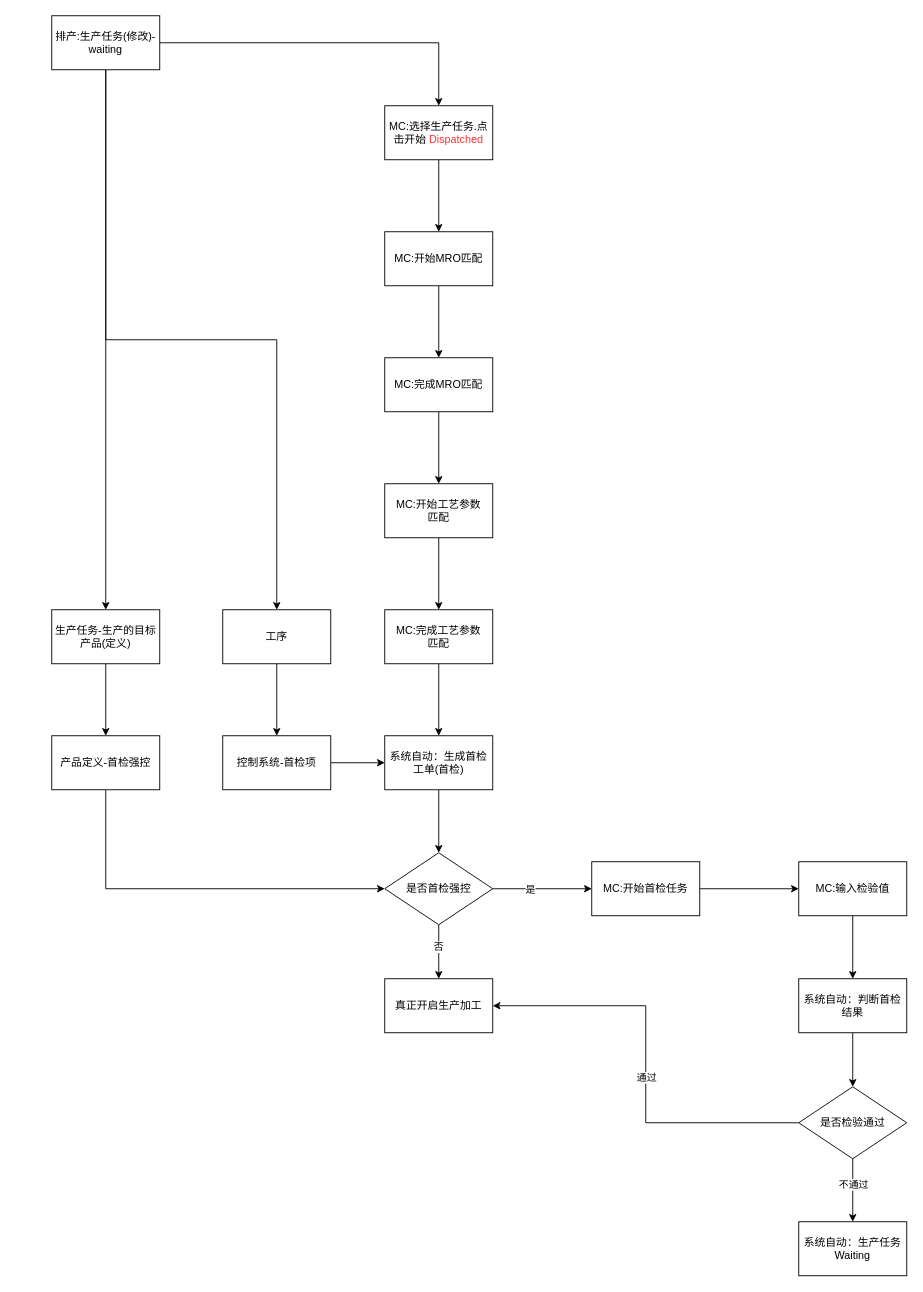
Before: page "首检" (1 of 2) of 首检流程.drawio in sstlin/os-shell, a draw.io diagram. Source tidied: cells renumbered, new cells numbered last; positions are measured from the earlier drawing's top-left corner, leaving out a move shared by most shapes. Both pictures are drawn from the tidied source at 90%, with x=0, y=0 at pixel (51, 15).
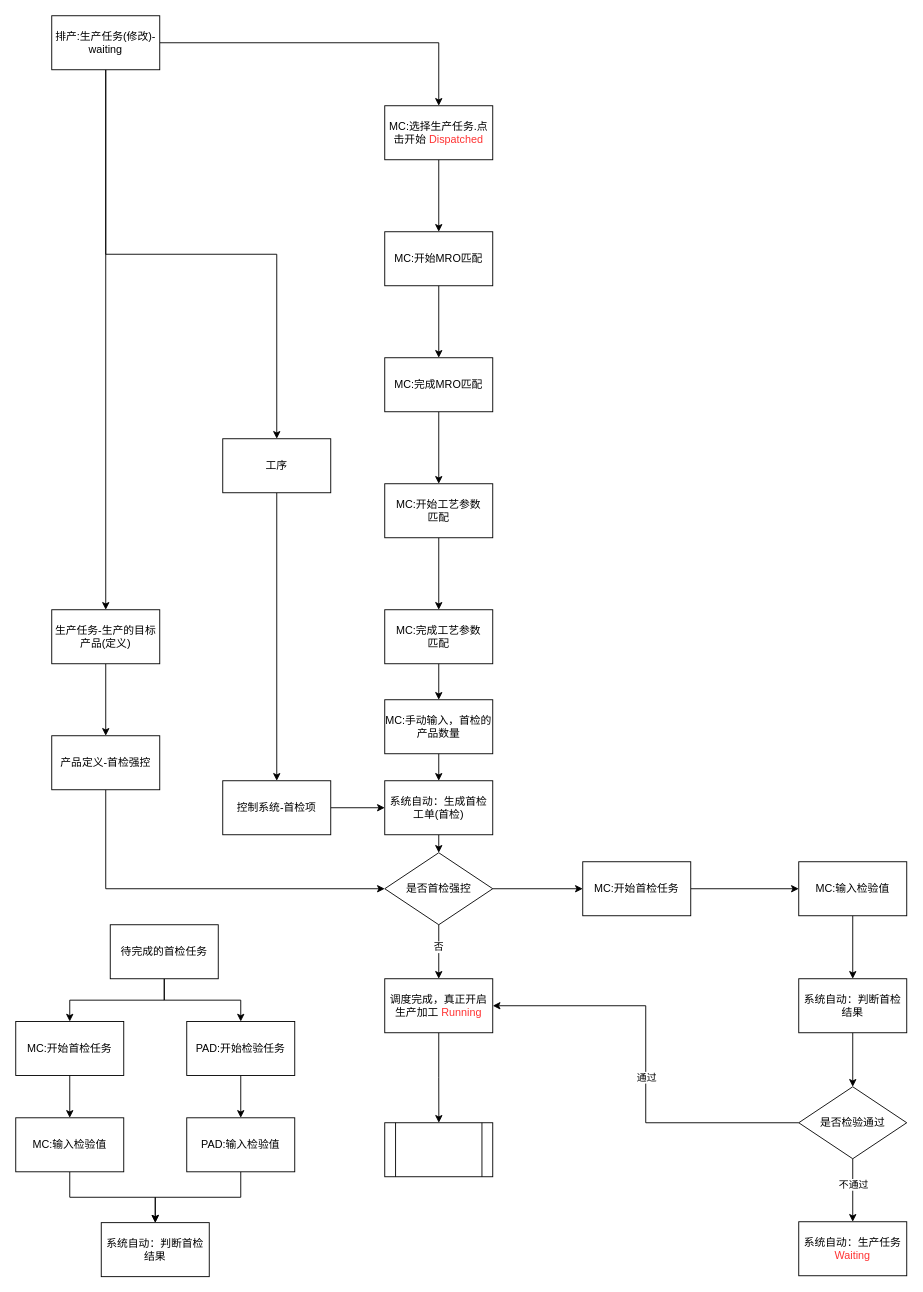
After the change.

Commit message:
更新首检流程.drawio

The change refers to these unchanged cells:
```xml
<mxCell id="11" value="&lt;div&gt;MC:完成工艺参数&lt;/div&gt;&lt;div&gt;匹配&lt;/div&gt;" style="whiteSpace=wrap;html=1;rounded=0;" parent="1" vertex="1">
  <mxGeometry x="370" y="660" width="120" height="60" as="geometry" />
</mxCell>
<mxCell id="18" value="是否首检强控" style="rhombus;whiteSpace=wrap;html=1;rounded=0;" parent="1" vertex="1">
  <mxGeometry x="370" y="930" width="120" height="80" as="geometry" />
</mxCell>
```

Diff of the diagram source:
```diff
@@
-    <mxCell id="10" style="edgeStyle=orthogonalEdgeStyle;rounded=0;jettySize=auto;html=1;" parent="1" edge="1" source="11" target="13">
-      <mxGeometry relative="1" as="geometry" />
-    </mxCell>
+    <mxCell id="44" style="edgeStyle=orthogonalEdgeStyle;rounded=0;jettySize=auto;html=1;exitX=0.5;exitY=1;exitDx=0;exitDy=0;entryX=0.5;entryY=0;entryDx=0;entryDy=0;" parent="1" edge="1" source="11" target="60">
+      <mxGeometry relative="1" as="geometry" />
+    </mxCell>
@@
-    <mxCell id="12" style="edgeStyle=orthogonalEdgeStyle;rounded=0;jettySize=auto;html=1;" parent="1" edge="1" source="13" target="18">
-      <mxGeometry relative="1" as="geometry" />
-    </mxCell>
-    <mxCell id="13" value="系统自动：生成首检工单(首检)" style="whiteSpace=wrap;html=1;rounded=0;" parent="1" vertex="1">
-      <mxGeometry x="370" y="800" width="120" height="60" as="geometry" />
-    </mxCell>
-    <mxCell id="14" style="edgeStyle=orthogonalEdgeStyle;rounded=0;jettySize=auto;html=1;exitX=1;exitY=0.5;exitDx=0;exitDy=0;" parent="1" edge="1" source="18" target="28">
-      <mxGeometry relative="1" as="geometry" />
-    </mxCell>
-    <mxCell id="15" value="是" style="edgeLabel;html=1;align=center;verticalAlign=middle;" parent="14" vertex="1">
-      <mxGeometry x="-0.26" relative="1" as="geometry" />
-    </mxCell>
@@
+    <mxCell id="14" style="edgeStyle=orthogonalEdgeStyle;rounded=0;jettySize=auto;html=1;exitX=1;exitY=0.5;exitDx=0;exitDy=0;entryX=0;entryY=0.5;entryDx=0;entryDy=0;" parent="1" edge="1" source="18" target="28">
+      <mxGeometry relative="1" as="geometry" />
+    </mxCell>
@@
     <mxCell id="28" value="MC:开始首检任务" style="whiteSpace=wrap;html=1;rounded=0;" parent="1" vertex="1">
-      <mxGeometry x="600" y="940" width="120" height="60" as="geometry" />
+      <mxGeometry x="590" y="940" width="120" height="60" as="geometry" />
     </mxCell>
+    <mxCell id="45" style="edgeStyle=orthogonalEdgeStyle;rounded=0;jettySize=auto;html=1;exitX=0.5;exitY=1;exitDx=0;exitDy=0;" parent="1" edge="1" source="29">
+      <mxGeometry relative="1" as="geometry">
+        <mxPoint x="430.1" y="1230" as="targetPoint" />
+      </mxGeometry>
+    </mxCell>
-    <mxCell id="29" value="真正开启生产加工&lt;br&gt;" style="whiteSpace=wrap;html=1;rounded=0;" parent="1" vertex="1">
+    <mxCell id="29" value="调度完成，真正开启生产加工 &lt;font color=&quot;#ff3333&quot;&gt;Running&lt;/font&gt;" style="whiteSpace=wrap;html=1;rounded=0;" parent="1" vertex="1">
       <mxGeometry x="370" y="1070" width="120" height="60" as="geometry" />
     </mxCell>
@@
     <mxCell id="33" value="工序" style="rounded=0;whiteSpace=wrap;html=1;" parent="1" vertex="1">
-      <mxGeometry x="190" y="660" width="120" height="60" as="geometry" />
+      <mxGeometry x="190" y="470" width="120" height="60" as="geometry" />
     </mxCell>
-    <mxCell id="34" style="edgeStyle=orthogonalEdgeStyle;rounded=0;jettySize=auto;html=1;exitX=1;exitY=0.5;exitDx=0;exitDy=0;entryX=0;entryY=0.5;entryDx=0;entryDy=0;" parent="1" edge="1" source="35" target="13">
+    <mxCell id="34" style="edgeStyle=orthogonalEdgeStyle;rounded=0;jettySize=auto;html=1;exitX=1;exitY=0.5;exitDx=0;exitDy=0;" parent="1" edge="1" source="35" target="13">
       <mxGeometry relative="1" as="geometry" />
     </mxCell>
     <mxCell id="35" value="控制系统-首检项" style="rounded=0;whiteSpace=wrap;html=1;" parent="1" vertex="1">
-      <mxGeometry x="190" y="800" width="120" height="60" as="geometry" />
+      <mxGeometry x="190" y="850" width="120" height="60" as="geometry" />
     </mxCell>
@@
-    <mxCell id="43" value="系统自动：生产任务Waiting" style="whiteSpace=wrap;html=1;rounded=0;" parent="1" vertex="1">
+    <mxCell id="43" value="系统自动：生产任务&lt;font color=&quot;#ff3333&quot;&gt;Waiting&lt;/font&gt;" style="whiteSpace=wrap;html=1;rounded=0;" parent="1" vertex="1">
       <mxGeometry x="830" y="1340" width="120" height="60" as="geometry" />
     </mxCell>
+    <mxCell id="46" style="edgeStyle=orthogonalEdgeStyle;rounded=0;jettySize=auto;html=1;exitX=0.5;exitY=1;exitDx=0;exitDy=0;entryX=0.5;entryY=0;entryDx=0;entryDy=0;" parent="1" edge="1" source="48" target="54">
+      <mxGeometry relative="1" as="geometry" />
+    </mxCell>
+    <mxCell id="47" style="edgeStyle=orthogonalEdgeStyle;rounded=0;jettySize=auto;html=1;exitX=0.5;exitY=1;exitDx=0;exitDy=0;" parent="1" edge="1" source="48" target="56">
+      <mxGeometry relative="1" as="geometry" />
+    </mxCell>
+    <mxCell id="48" value="待完成的首检任务" style="rounded=0;whiteSpace=wrap;html=1;" parent="1" vertex="1">
+      <mxGeometry x="65" y="1010" width="120" height="60" as="geometry" />
+    </mxCell>
+    <mxCell id="49" style="edgeStyle=orthogonalEdgeStyle;rounded=0;jettySize=auto;html=1;exitX=0.5;exitY=1;exitDx=0;exitDy=0;" parent="1" edge="1" source="50" target="57">
+      <mxGeometry relative="1" as="geometry" />
+    </mxCell>
+    <mxCell id="50" value="MC:输入检验值" style="whiteSpace=wrap;html=1;rounded=0;" parent="1" vertex="1">
+      <mxGeometry x="-40" y="1224.5" width="120" height="60" as="geometry" />
+    </mxCell>
+    <mxCell id="51" style="edgeStyle=orthogonalEdgeStyle;rounded=0;jettySize=auto;html=1;exitX=0.5;exitY=1;exitDx=0;exitDy=0;entryX=0.5;entryY=0;entryDx=0;entryDy=0;" parent="1" edge="1" source="52" target="57">
+      <mxGeometry relative="1" as="geometry" />
+    </mxCell>
+    <mxCell id="52" value="PAD:输入检验值" style="whiteSpace=wrap;html=1;rounded=0;" parent="1" vertex="1">
+      <mxGeometry x="150" y="1224.5" width="120" height="60" as="geometry" />
+    </mxCell>
+    <mxCell id="53" style="edgeStyle=orthogonalEdgeStyle;rounded=0;jettySize=auto;html=1;exitX=0.5;exitY=1;exitDx=0;exitDy=0;entryX=0.5;entryY=0;entryDx=0;entryDy=0;" parent="1" edge="1" source="54" target="50">
+      <mxGeometry relative="1" as="geometry" />
+    </mxCell>
+    <mxCell id="54" value="MC:开始首检任务" style="whiteSpace=wrap;html=1;rounded=0;" parent="1" vertex="1">
+      <mxGeometry x="-40" y="1117.5" width="120" height="60" as="geometry" />
+    </mxCell>
+    <mxCell id="55" style="edgeStyle=orthogonalEdgeStyle;rounded=0;jettySize=auto;html=1;exitX=0.5;exitY=1;exitDx=0;exitDy=0;entryX=0.5;entryY=0;entryDx=0;entryDy=0;" parent="1" edge="1" source="56" target="52">
+      <mxGeometry relative="1" as="geometry" />
+    </mxCell>
+    <mxCell id="56" value="PAD:开始检验任务" style="whiteSpace=wrap;html=1;rounded=0;" parent="1" vertex="1">
+      <mxGeometry x="150" y="1117.5" width="120" height="60" as="geometry" />
+    </mxCell>
+    <mxCell id="57" value="系统自动：判断首检结果" style="whiteSpace=wrap;html=1;rounded=0;" parent="1" vertex="1">
+      <mxGeometry x="55" y="1341" width="120" height="60" as="geometry" />
+    </mxCell>
+    <mxCell id="58" style="shape=process;whiteSpace=wrap;html=1;backgroundOutline=1;" parent="1" vertex="1">
+      <mxGeometry x="370" y="1230" width="120" height="60" as="geometry" />
+    </mxCell>
+    <mxCell id="12" style="edgeStyle=orthogonalEdgeStyle;rounded=0;jettySize=auto;html=1;exitX=0.5;exitY=1;exitDx=0;exitDy=0;entryX=0.5;entryY=0;entryDx=0;entryDy=0;" parent="1" edge="1" source="13" target="18">
+      <mxGeometry relative="1" as="geometry" />
+    </mxCell>
+    <mxCell id="13" value="系统自动：生成首检工单(首检)" style="whiteSpace=wrap;html=1;rounded=0;" parent="1" vertex="1">
+      <mxGeometry x="370" y="850" width="120" height="60" as="geometry" />
+    </mxCell>
+    <mxCell id="59" style="edgeStyle=orthogonalEdgeStyle;rounded=0;jettySize=auto;html=1;exitX=0.5;exitY=1;exitDx=0;exitDy=0;entryX=0.5;entryY=0;entryDx=0;entryDy=0;" parent="1" edge="1" source="60" target="13">
+      <mxGeometry relative="1" as="geometry" />
+    </mxCell>
+    <mxCell id="60" value="MC:手动输入，首检的产品数量" style="whiteSpace=wrap;html=1;rounded=0;" parent="1" vertex="1">
+      <mxGeometry x="370" y="760" width="120" height="60" as="geometry" />
+    </mxCell>
```
